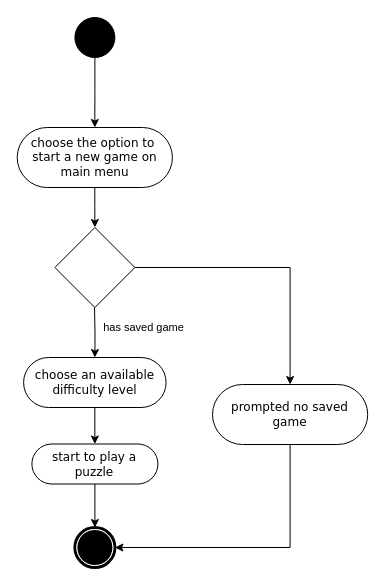
Before: load a saved game.drawio in maxinimize/uml, a draw.io diagram. Source tidied: cells renumbered, new cells numbered last; positions are measured from the earlier drawing's top-left corner, leaving out a move shared by most shapes. Both pictures are drawn from the tidied source at 100%, with x=0, y=0 at pixel (17, 17).
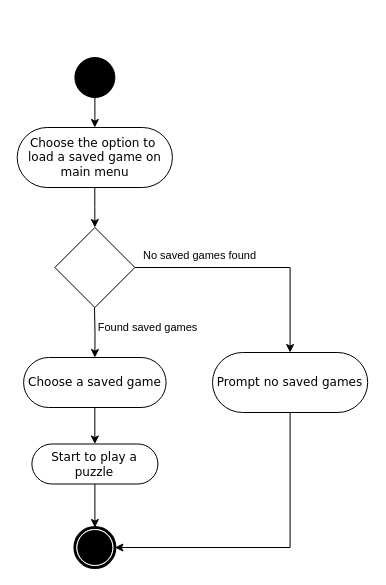
The same diagram, later.

The change refers to these unchanged cells:
```xml
<mxCell id="11" style="edgeStyle=orthogonalEdgeStyle;rounded=0;jettySize=auto;html=1;" parent="1" edge="1" target="3">
  <mxGeometry relative="1" as="geometry">
    <mxPoint x="77" y="290" as="sourcePoint" />
  </mxGeometry>
</mxCell>
```

The edit, as a diff of the source:
```diff
@@
-    <mxCell id="3" value="choose an available difficulty level" style="rounded=1;whiteSpace=wrap;html=1;shadow=0;comic=0;labelBackgroundColor=none;strokeWidth=1;fontFamily=Verdana;fontSize=12;align=center;arcSize=50;" parent="1" vertex="1">
+    <mxCell id="3" value="Choose a saved game" style="rounded=1;whiteSpace=wrap;html=1;shadow=0;comic=0;labelBackgroundColor=none;strokeWidth=1;fontFamily=Verdana;fontSize=12;align=center;arcSize=50;" parent="1" vertex="1">
       <mxGeometry x="6.1" y="340" width="142.5" height="50" as="geometry" />
     </mxCell>
@@
     <mxCell id="5" style="ellipse;whiteSpace=wrap;html=1;rounded=0;shadow=0;comic=0;labelBackgroundColor=none;strokeWidth=1;fillColor=#000000;fontFamily=Verdana;fontSize=12;align=center;" parent="1" vertex="1">
-      <mxGeometry x="57.4" width="40" height="40" as="geometry" />
+      <mxGeometry x="57.4" y="40" width="40" height="40" as="geometry" />
     </mxCell>
@@
-    <mxCell id="7" value="start to play a puzzle" style="rounded=1;whiteSpace=wrap;html=1;shadow=0;comic=0;labelBackgroundColor=none;strokeWidth=1;fontFamily=Verdana;fontSize=12;align=center;arcSize=50;" parent="1" vertex="1">
+    <mxCell id="7" value="Start to play a puzzle" style="rounded=1;whiteSpace=wrap;html=1;shadow=0;comic=0;labelBackgroundColor=none;strokeWidth=1;fontFamily=Verdana;fontSize=12;align=center;arcSize=50;" parent="1" vertex="1">
       <mxGeometry x="14.4" y="426.5" width="126" height="40" as="geometry" />
     </mxCell>
@@
-    <mxCell id="10" value="choose the option to&amp;nbsp; start a new game on main menu" style="rounded=1;whiteSpace=wrap;html=1;shadow=0;comic=0;labelBackgroundColor=none;strokeWidth=1;fontFamily=Verdana;fontSize=12;align=center;arcSize=50;" parent="1" vertex="1">
+    <mxCell id="10" value="Choose the option to&amp;nbsp; load a saved game on main menu" style="rounded=1;whiteSpace=wrap;html=1;shadow=0;comic=0;labelBackgroundColor=none;strokeWidth=1;fontFamily=Verdana;fontSize=12;align=center;arcSize=50;" parent="1" vertex="1">
       <mxGeometry x="-0.3" y="110" width="155.2" height="60" as="geometry" />
     </mxCell>
@@
-    <mxCell id="12" value="has saved game" style="edgeLabel;html=1;align=center;verticalAlign=middle;" parent="11" vertex="1">
+    <mxCell id="12" value="Found saved games" style="edgeLabel;html=1;align=center;verticalAlign=middle;" parent="11" vertex="1">
       <mxGeometry x="-0.84" relative="1" as="geometry">
-        <mxPoint x="48" y="16" as="offset" />
+        <mxPoint x="52" y="16" as="offset" />
       </mxGeometry>
     </mxCell>
@@
-    <mxCell id="16" value="prompted no saved game" style="rounded=1;whiteSpace=wrap;html=1;shadow=0;comic=0;labelBackgroundColor=none;strokeWidth=1;fontFamily=Verdana;fontSize=12;align=center;arcSize=50;" parent="1" vertex="1">
-      <mxGeometry x="195" y="367" width="155.2" height="60" as="geometry" />
+    <mxCell id="16" value="Prompt no saved games" style="rounded=1;whiteSpace=wrap;html=1;shadow=0;comic=0;labelBackgroundColor=none;strokeWidth=1;fontFamily=Verdana;fontSize=12;align=center;arcSize=50;" parent="1" vertex="1">
+      <mxGeometry x="195" y="335" width="155.2" height="60" as="geometry" />
     </mxCell>
+    <mxCell id="17" value="No saved games found" style="edgeLabel;html=1;align=center;verticalAlign=middle;" parent="1" vertex="1">
+      <mxGeometry x="185" y="250" as="geometry">
+        <mxPoint x="-4" y="-13" as="offset" />
+      </mxGeometry>
+    </mxCell>
```
